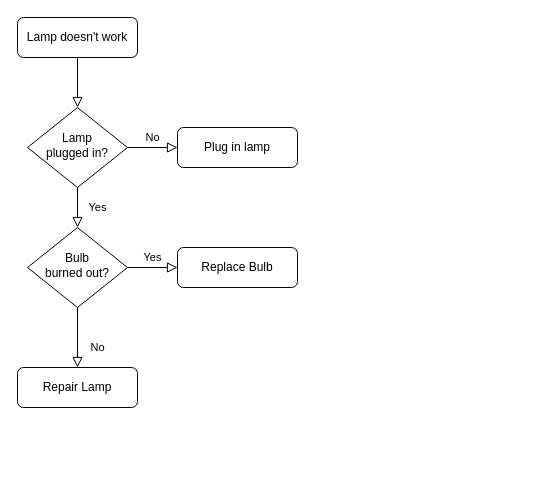
redhorivai/AppRentcar keeps this draw.io diagram as Alur AppRentCar.drawio. Above is the earlier version. Source tidied: cells renumbered, new cells numbered last; positions are measured from the earlier drawing's top-left corner, leaving out a move shared by most shapes. Both pictures are drawn from the tidied source at 100%, with x=0, y=0 at pixel (17, 17).
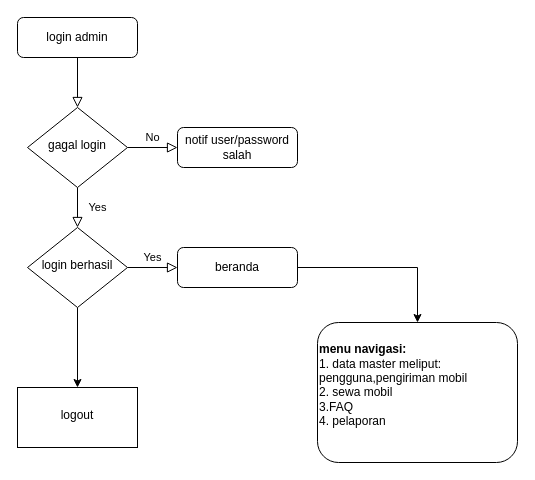
The same diagram, later.

Change to the diagram source:
```diff
@@
 <mxGraphModel>
   <root>
     <mxCell id="0" />
     <mxCell id="1" parent="0" />
     <mxCell id="2" style="rounded=0;html=1;jettySize=auto;fontSize=11;endArrow=block;endFill=0;endSize=8;strokeWidth=1;shadow=0;labelBackgroundColor=none;edgeStyle=orthogonalEdgeStyle;" parent="1" edge="1" source="3" target="6">
       <mxGeometry relative="1" as="geometry" />
     </mxCell>
-    <mxCell id="3" value="Lamp doesn't work" style="rounded=1;whiteSpace=wrap;html=1;fontSize=12;glass=0;strokeWidth=1;shadow=0;" parent="1" vertex="1">
+    <mxCell id="3" value="login admin" style="rounded=1;whiteSpace=wrap;html=1;fontSize=12;glass=0;strokeWidth=1;shadow=0;" parent="1" vertex="1">
       <mxGeometry width="120" height="40" as="geometry" />
     </mxCell>
     <mxCell id="4" value="Yes" style="rounded=0;html=1;jettySize=auto;fontSize=11;endArrow=block;endFill=0;endSize=8;strokeWidth=1;shadow=0;labelBackgroundColor=none;edgeStyle=orthogonalEdgeStyle;" parent="1" edge="1" source="6" target="10">
       <mxGeometry y="20" relative="1" as="geometry" />
     </mxCell>
     <mxCell id="5" value="No" style="edgeStyle=orthogonalEdgeStyle;rounded=0;html=1;jettySize=auto;fontSize=11;endArrow=block;endFill=0;endSize=8;strokeWidth=1;shadow=0;labelBackgroundColor=none;" parent="1" edge="1" source="6" target="7">
       <mxGeometry y="10" relative="1" as="geometry" />
     </mxCell>
-    <mxCell id="6" value="Lamp&lt;br&gt;plugged in?" style="rhombus;whiteSpace=wrap;html=1;shadow=0;fontFamily=Helvetica;fontSize=12;align=center;strokeWidth=1;spacing=6;spacingTop=-4;" parent="1" vertex="1">
+    <mxCell id="6" value="gagal login" style="rhombus;whiteSpace=wrap;html=1;shadow=0;fontFamily=Helvetica;fontSize=12;align=center;strokeWidth=1;spacing=6;spacingTop=-4;" parent="1" vertex="1">
       <mxGeometry x="10" y="90" width="100" height="80" as="geometry" />
     </mxCell>
-    <mxCell id="7" value="Plug in lamp" style="rounded=1;whiteSpace=wrap;html=1;fontSize=12;glass=0;strokeWidth=1;shadow=0;" parent="1" vertex="1">
+    <mxCell id="7" value="notif user/password salah" style="rounded=1;whiteSpace=wrap;html=1;fontSize=12;glass=0;strokeWidth=1;shadow=0;" parent="1" vertex="1">
       <mxGeometry x="160" y="110" width="120" height="40" as="geometry" />
     </mxCell>
-    <mxCell id="8" value="No" style="rounded=0;html=1;jettySize=auto;fontSize=11;endArrow=block;endFill=0;endSize=8;strokeWidth=1;shadow=0;labelBackgroundColor=none;edgeStyle=orthogonalEdgeStyle;" parent="1" edge="1" source="10" target="11">
-      <mxGeometry x="0.33" y="20" relative="1" as="geometry" />
-    </mxCell>
     <mxCell id="9" value="Yes" style="edgeStyle=orthogonalEdgeStyle;rounded=0;html=1;jettySize=auto;fontSize=11;endArrow=block;endFill=0;endSize=8;strokeWidth=1;shadow=0;labelBackgroundColor=none;" parent="1" edge="1" source="10" target="12">
       <mxGeometry y="10" relative="1" as="geometry" />
     </mxCell>
+    <mxCell id="13" style="edgeStyle=orthogonalEdgeStyle;rounded=0;jettySize=auto;html=1;" parent="1" edge="1" source="10" target="16">
+      <mxGeometry relative="1" as="geometry" />
+    </mxCell>
-    <mxCell id="10" value="Bulb&lt;br&gt;burned out?" style="rhombus;whiteSpace=wrap;html=1;shadow=0;fontFamily=Helvetica;fontSize=12;align=center;strokeWidth=1;spacing=6;spacingTop=-4;" parent="1" vertex="1">
+    <mxCell id="10" value="login berhasil" style="rhombus;whiteSpace=wrap;html=1;shadow=0;fontFamily=Helvetica;fontSize=12;align=center;strokeWidth=1;spacing=6;spacingTop=-4;" parent="1" vertex="1">
       <mxGeometry x="10" y="210" width="100" height="80" as="geometry" />
     </mxCell>
-    <mxCell id="11" value="Repair Lamp" style="rounded=1;whiteSpace=wrap;html=1;fontSize=12;glass=0;strokeWidth=1;shadow=0;" parent="1" vertex="1">
-      <mxGeometry y="350" width="120" height="40" as="geometry" />
-    </mxCell>
+    <mxCell id="14" style="edgeStyle=orthogonalEdgeStyle;rounded=0;jettySize=auto;html=1;" parent="1" edge="1" source="12" target="15">
+      <mxGeometry relative="1" as="geometry" />
+    </mxCell>
-    <mxCell id="12" value="Replace Bulb" style="rounded=1;whiteSpace=wrap;html=1;fontSize=12;glass=0;strokeWidth=1;shadow=0;" parent="1" vertex="1">
+    <mxCell id="12" value="beranda" style="rounded=1;whiteSpace=wrap;html=1;fontSize=12;glass=0;strokeWidth=1;shadow=0;" parent="1" vertex="1">
       <mxGeometry x="160" y="230" width="120" height="40" as="geometry" />
     </mxCell>
+    <mxCell id="15" value="&lt;b&gt;menu navigasi:&lt;/b&gt;&lt;div&gt;1. data master meliput: pengguna,pengiriman mobil&lt;/div&gt;&lt;div&gt;2. sewa mobil&lt;/div&gt;&lt;div&gt;&lt;span style=&quot;background-color: transparent; color: light-dark(rgb(0, 0, 0), rgb(255, 255, 255));&quot;&gt;3.FAQ&lt;/span&gt;&lt;/div&gt;&lt;div&gt;&lt;span style=&quot;background-color: transparent; color: light-dark(rgb(0, 0, 0), rgb(255, 255, 255));&quot;&gt;4. pelaporan&lt;/span&gt;&lt;/div&gt;&lt;div&gt;&lt;br&gt;&lt;/div&gt;" style="whiteSpace=wrap;html=1;rounded=1;glass=0;strokeWidth=1;shadow=0;align=left;" parent="1" vertex="1">
+      <mxGeometry x="300" y="305" width="200" height="140" as="geometry" />
+    </mxCell>
+    <mxCell id="16" value="logout" style="whiteSpace=wrap;html=1;shadow=0;strokeWidth=1;spacing=6;spacingTop=-4;" parent="1" vertex="1">
+      <mxGeometry y="370" width="120" height="60" as="geometry" />
+    </mxCell>
   </root>
 </mxGraphModel>
```
